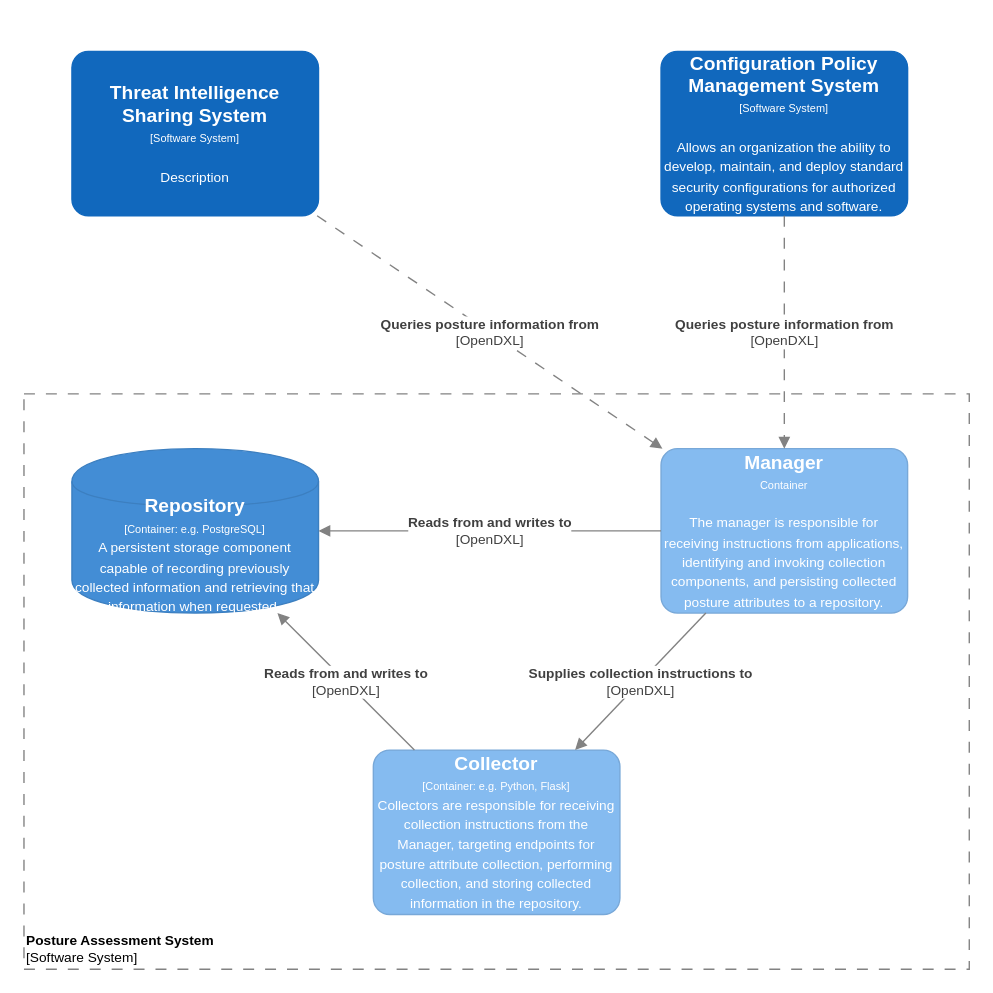
This is Architecture Documents/scap-container.drawio from opencybersecurityalliance/documentation, a draw.io file, before an edit. Source tidied: cells renumbered, new cells numbered last; positions are measured from the earlier drawing's top-left corner, leaving out a move shared by most shapes. Both pictures are drawn from the tidied source at 137%, with x=0, y=0 at pixel (23, 51).
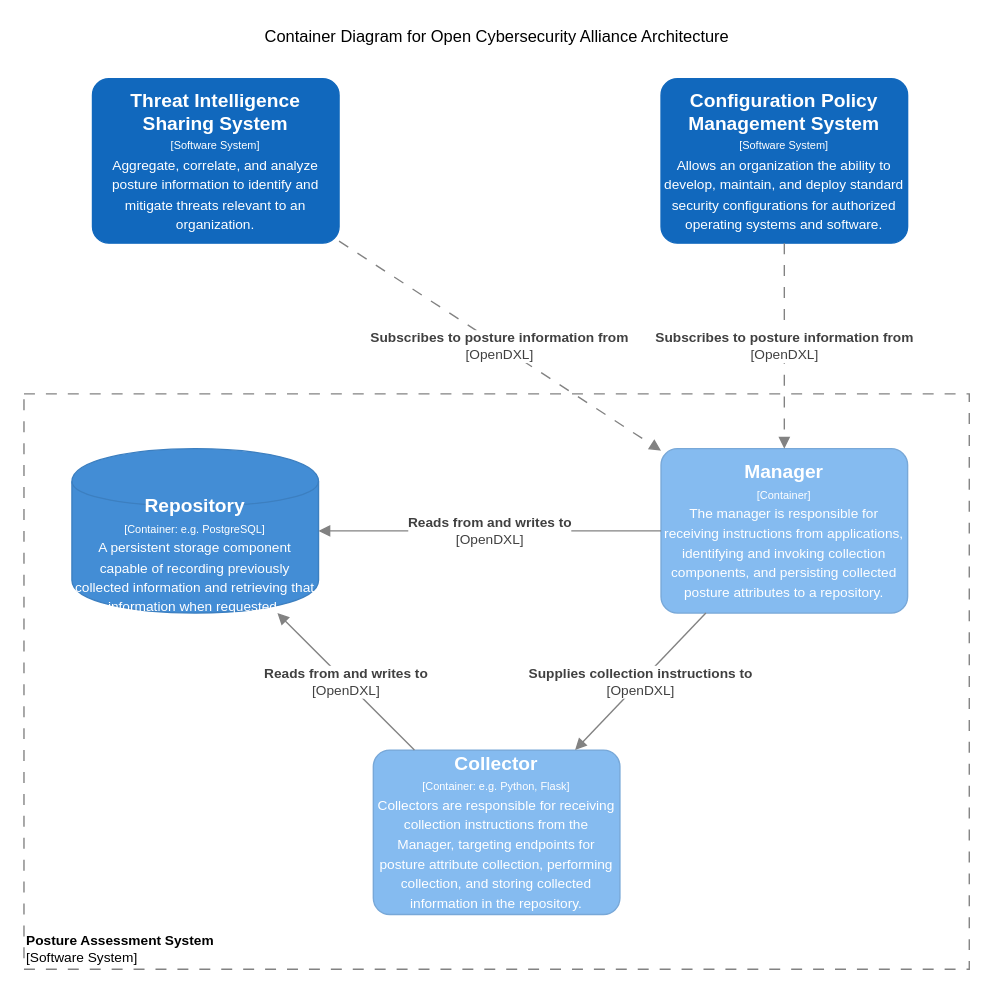
The same page after the edit.

Commit message (it also covers changes not shown here):
Add better description for Threat Intel System and titles

What changed in the source:
```diff
@@
 <mxGraphModel>
   <root>
     <mxCell id="0" />
     <mxCell id="1" parent="0" />
     <mxCell id="2" value="&lt;font style=&quot;font-size: 10px&quot;&gt;&lt;b&gt;Posture Assessment System&lt;/b&gt;&lt;br style=&quot;font-size: 10px&quot;&gt;[Software System]&lt;/font&gt;" style="rounded=0;whiteSpace=wrap;html=1;strokeColor=#828282;fillColor=none;fontColor=#000000;align=left;labelPosition=center;verticalLabelPosition=middle;verticalAlign=bottom;dashed=1;strokeWidth=1;perimeterSpacing=0;spacing=2;spacingTop=0;fontSize=10;dashPattern=8 8;" parent="1" vertex="1">
       <mxGeometry y="250" width="690" height="420" as="geometry" />
     </mxCell>
-    <mxCell id="3" value="&lt;div&gt;&lt;span style=&quot;font-size: 14px&quot;&gt;&lt;b&gt;Manager&lt;/b&gt;&lt;/span&gt;&lt;/div&gt;&lt;div&gt;&lt;span style=&quot;font-size: 8px&quot;&gt;Container&lt;/span&gt;&lt;/div&gt;&lt;div&gt;&lt;span style=&quot;font-size: 8px&quot;&gt;&lt;br&gt;&lt;/span&gt;&lt;/div&gt;&lt;div&gt;&lt;font size=&quot;1&quot;&gt;The manager is responsible for receiving instructions from applications, identifying and invoking collection components, and persisting collected posture attributes to a repository.&lt;/font&gt;&lt;/div&gt;" style="rounded=1;whiteSpace=wrap;html=1;fillColor=#85BBF0;fontColor=#ffffff;strokeColor=#78A8D8;arcSize=10;" parent="1" vertex="1">
+    <mxCell id="3" value="&lt;div&gt;&lt;span style=&quot;font-size: 14px&quot;&gt;&lt;b&gt;Manager&lt;/b&gt;&lt;/span&gt;&lt;/div&gt;&lt;div&gt;&lt;span style=&quot;font-size: 8px&quot;&gt;[Container]&lt;/span&gt;&lt;/div&gt;&lt;div&gt;&lt;font size=&quot;1&quot;&gt;The manager is responsible for receiving instructions from applications, identifying and invoking collection components, and persisting collected posture attributes to a repository.&lt;/font&gt;&lt;/div&gt;" style="rounded=1;whiteSpace=wrap;html=1;fillColor=#85BBF0;fontColor=#ffffff;strokeColor=#78A8D8;arcSize=10;" parent="1" vertex="1">
       <mxGeometry x="465" y="290" width="180" height="120" as="geometry" />
     </mxCell>
     <object id="4" label="&lt;div&gt;&lt;span style=&quot;font-size: 14px&quot;&gt;&lt;b&gt;Collector&lt;/b&gt;&lt;/span&gt;&lt;/div&gt;&lt;div&gt;&lt;span style=&quot;font-size: 8px&quot;&gt;[Container: %technology%]&lt;/span&gt;&lt;br&gt;&lt;/div&gt;&lt;div&gt;&lt;span style=&quot;font-size: x-small&quot;&gt;Collectors are responsible for receiving collection instructions from the Manager, targeting endpoints for posture attribute collection, performing collection, and storing collected information in the repository.&lt;/span&gt;&lt;br&gt;&lt;/div&gt;" placeholders="1" technology="e.g. Python, Flask">
       <mxCell style="rounded=1;whiteSpace=wrap;html=1;fillColor=#85BBF0;fontColor=#ffffff;strokeColor=#78A8D8;arcSize=10;" parent="1" vertex="1">
         <mxGeometry x="255" y="510" width="180" height="120" as="geometry" />
       </mxCell>
     </object>
     <object id="5" label="&lt;div style=&quot;color: rgb(255 , 255 , 255) ; white-space: normal&quot;&gt;&lt;span style=&quot;font-size: 14px&quot;&gt;&lt;b&gt;Repository&lt;/b&gt;&lt;/span&gt;&lt;/div&gt;&lt;div style=&quot;color: rgb(255 , 255 , 255) ; white-space: normal&quot;&gt;&lt;span style=&quot;font-size: 8px&quot;&gt;[Container: %technology%]&lt;/span&gt;&lt;/div&gt;&lt;div style=&quot;color: rgb(255 , 255 , 255) ; white-space: normal&quot;&gt;&lt;font style=&quot;font-size: 10px&quot;&gt;A persistent storage component capable of recording previously collected information and retrieving that information when requested&lt;/font&gt;&lt;span style=&quot;font-size: 11px&quot;&gt;.&lt;/span&gt;&lt;/div&gt;" placeholders="1" technology="e.g. PostgreSQL">
       <mxCell style="shape=cylinder;whiteSpace=wrap;html=1;boundedLbl=1;backgroundOutline=1;strokeColor=#3C7FC0;fillColor=#438DD5;fontSize=12;fontColor=#ffffff;align=center;rounded=0;" parent="1" vertex="1">
         <mxGeometry x="35" y="290" width="180" height="120" as="geometry" />
       </mxCell>
     </object>
     <mxCell id="6" value="&lt;span style=&quot;font-size: 10px&quot;&gt;&lt;b&gt;Supplies collection instructions to&lt;br&gt;&lt;/b&gt;[OpenDXL]&lt;br&gt;&lt;/span&gt;" style="endArrow=block;html=1;fontSize=10;fontColor=#404040;strokeWidth=1;endFill=1;strokeColor=#828282;elbow=vertical;" parent="1" edge="1" source="3" target="4">
       <mxGeometry relative="1" as="geometry" />
     </mxCell>
     <mxCell id="7" value="&lt;span style=&quot;font-size: 10px&quot;&gt;&lt;b&gt;Reads from and writes to&lt;br&gt;&lt;/b&gt;[OpenDXL]&lt;br&gt;&lt;/span&gt;" style="endArrow=block;html=1;fontSize=10;fontColor=#404040;strokeWidth=1;endFill=1;strokeColor=#828282;elbow=vertical;" parent="1" edge="1" source="4" target="5">
       <mxGeometry relative="1" as="geometry" />
     </mxCell>
     <mxCell id="8" value="&lt;span style=&quot;font-size: 10px&quot;&gt;&lt;b&gt;Reads from and writes to&lt;/b&gt;&lt;br&gt;[OpenDXL]&lt;br&gt;&lt;/span&gt;" style="endArrow=block;html=1;fontSize=10;fontColor=#404040;strokeWidth=1;endFill=1;strokeColor=#828282;elbow=vertical;entryX=1;entryY=0.5;entryDx=0;entryDy=0;" parent="1" edge="1" source="3" target="5">
       <mxGeometry relative="1" as="geometry" />
     </mxCell>
-    <object id="9" label="&lt;div&gt;&lt;span style=&quot;font-size: 14px&quot;&gt;&lt;b&gt;Threat Intelligence Sharing System&lt;/b&gt;&lt;/span&gt;&lt;/div&gt;&lt;div&gt;&lt;span style=&quot;font-size: 8px&quot;&gt;[Software System]&lt;/span&gt;&lt;/div&gt;&lt;div&gt;&lt;span style=&quot;font-size: 8px&quot;&gt;&lt;br&gt;&lt;/span&gt;&lt;/div&gt;&lt;div&gt;&lt;font size=&quot;1&quot;&gt;%description%&lt;/font&gt;&lt;/div&gt;" description="Description" placeholders="1">
-      <mxCell style="rounded=1;whiteSpace=wrap;html=1;fillColor=#1168BD;fontColor=#ffffff;strokeColor=#1168BD;arcSize=10;" parent="1" vertex="1">
-        <mxGeometry x="35" width="180" height="120" as="geometry" />
-      </mxCell>
-    </object>
+    <mxCell id="9" value="&lt;div&gt;&lt;span style=&quot;font-size: 14px&quot;&gt;&lt;b&gt;Threat Intelligence Sharing System&lt;/b&gt;&lt;/span&gt;&lt;/div&gt;&lt;div&gt;&lt;span style=&quot;font-size: 8px&quot;&gt;[Software System]&lt;/span&gt;&lt;/div&gt;&lt;div&gt;&lt;font style=&quot;font-size: 10px&quot;&gt;Aggregate, correlate, and analyze posture information to identify and mitigate threats relevant to an organization.&lt;/font&gt;&lt;br&gt;&lt;/div&gt;" style="rounded=1;whiteSpace=wrap;html=1;fillColor=#1168BD;fontColor=#ffffff;strokeColor=#1168BD;arcSize=10;" parent="1" vertex="1">
+      <mxGeometry x="50" y="20" width="180" height="120" as="geometry" />
+    </mxCell>
-    <mxCell id="10" value="&lt;b&gt;Queries posture information from&lt;/b&gt;&lt;br style=&quot;font-size: 10px&quot;&gt;[OpenDXL]" style="endArrow=block;html=1;fontSize=10;fontColor=#404040;strokeWidth=1;endFill=1;dashed=1;dashPattern=8 8;strokeColor=#828282;elbow=vertical;" parent="1" edge="1" source="9" target="3">
+    <mxCell id="10" value="&lt;b&gt;Subscribes to posture information from&lt;/b&gt;&lt;br style=&quot;font-size: 10px&quot;&gt;[OpenDXL]" style="endArrow=block;html=1;fontSize=10;fontColor=#404040;strokeWidth=1;endFill=1;dashed=1;dashPattern=8 8;strokeColor=#828282;elbow=vertical;" parent="1" edge="1" source="9" target="3">
       <mxGeometry relative="1" as="geometry" />
     </mxCell>
-    <mxCell id="11" value="&lt;div&gt;&lt;span style=&quot;font-size: 14px&quot;&gt;&lt;b&gt;Configuration Policy Management System&lt;/b&gt;&lt;/span&gt;&lt;/div&gt;&lt;div&gt;&lt;span style=&quot;font-size: 8px&quot;&gt;[Software System]&lt;/span&gt;&lt;br&gt;&lt;/div&gt;&lt;div&gt;&lt;span style=&quot;font-size: 8px&quot;&gt;&lt;br&gt;&lt;/span&gt;&lt;/div&gt;&lt;div&gt;&lt;span style=&quot;font-size: x-small&quot;&gt;Allows an organization the ability to develop, maintain, and deploy standard security configurations for authorized operating systems and software.&lt;/span&gt;&lt;br&gt;&lt;/div&gt;" style="rounded=1;whiteSpace=wrap;html=1;fillColor=#1168BD;fontColor=#ffffff;strokeColor=#1168BD;arcSize=10;" parent="1" vertex="1">
-      <mxGeometry x="465" width="180" height="120" as="geometry" />
+    <mxCell id="11" value="&lt;div&gt;&lt;span style=&quot;font-size: 14px&quot;&gt;&lt;b&gt;Configuration Policy Management System&lt;/b&gt;&lt;/span&gt;&lt;/div&gt;&lt;div&gt;&lt;span style=&quot;font-size: 8px&quot;&gt;[Software System]&lt;/span&gt;&lt;/div&gt;&lt;div&gt;&lt;span style=&quot;font-size: x-small&quot;&gt;Allows an organization the ability to develop, maintain, and deploy standard security configurations for authorized operating systems and software.&lt;/span&gt;&lt;br&gt;&lt;/div&gt;" style="rounded=1;whiteSpace=wrap;html=1;fillColor=#1168BD;fontColor=#ffffff;strokeColor=#1168BD;arcSize=10;" parent="1" vertex="1">
+      <mxGeometry x="465" y="20" width="180" height="120" as="geometry" />
     </mxCell>
-    <mxCell id="12" value="&lt;b&gt;Queries posture information from&lt;/b&gt;&lt;br style=&quot;font-size: 10px&quot;&gt;[OpenDXL]" style="endArrow=block;html=1;fontSize=10;fontColor=#404040;strokeWidth=1;endFill=1;dashed=1;dashPattern=8 8;strokeColor=#828282;elbow=vertical;" parent="1" edge="1" source="11" target="3">
+    <mxCell id="12" value="&lt;b&gt;Subscribes to posture information from&lt;/b&gt;&lt;br style=&quot;font-size: 10px&quot;&gt;[OpenDXL]" style="endArrow=block;html=1;fontSize=10;fontColor=#404040;strokeWidth=1;endFill=1;dashed=1;dashPattern=8 8;strokeColor=#828282;elbow=vertical;" parent="1" edge="1" source="11" target="3">
       <mxGeometry relative="1" as="geometry" />
     </mxCell>
+    <mxCell id="13" value="Container Diagram for Open Cybersecurity Alliance Architecture" style="text;html=1;align=center;verticalAlign=middle;" parent="1" vertex="1">
+      <mxGeometry x="170" y="-20" width="350" height="20" as="geometry" />
+    </mxCell>
   </root>
 </mxGraphModel>
```
